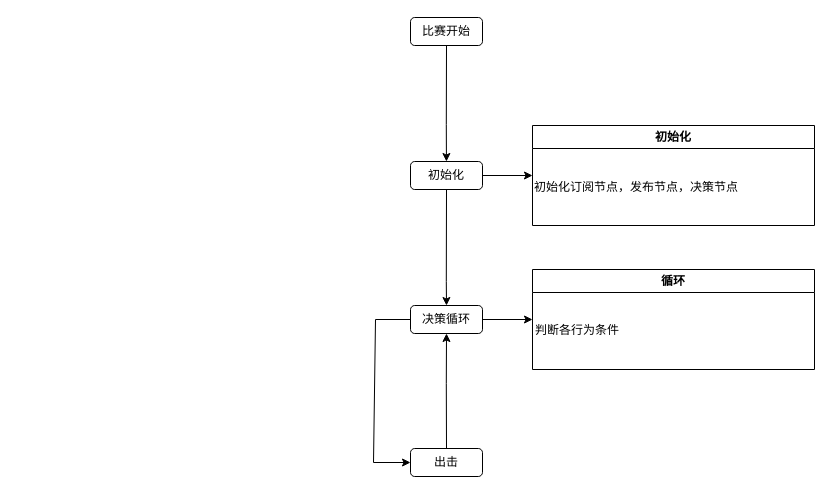
This is 哨兵决策.drawio from maxwell7537/maxwell7537.github.io, a draw.io file, before an edit. Source tidied: cells renumbered, new cells numbered last; positions are measured from the earlier drawing's top-left corner, leaving out a move shared by most shapes. Both pictures are drawn from the tidied source at 100%, with x=0, y=0 at pixel (373, 17).
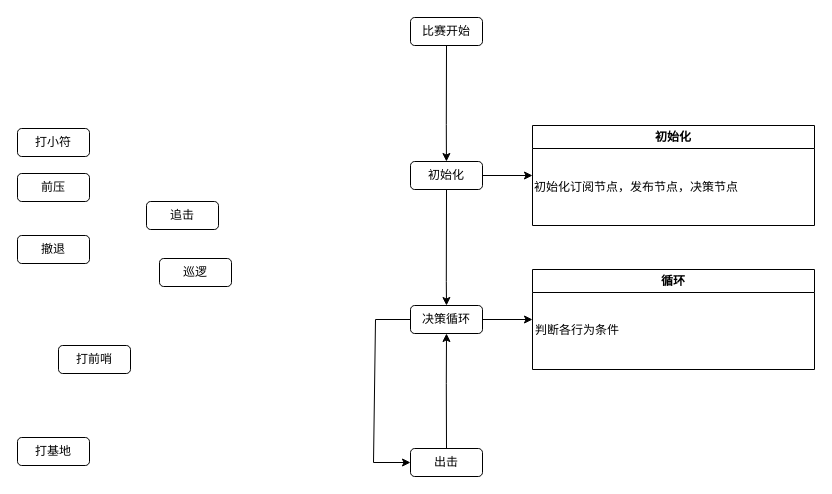
The same page after the edit.

Commit message:
更新哨兵决策.drawio

The edit, as a diff of the source:
```diff
@@
+    <mxCell id="16" value="追击" style="rounded=1;whiteSpace=wrap;html=1;shadow=0;glass=0;" parent="1" vertex="1">
+      <mxGeometry x="-227" y="184" width="72" height="28" as="geometry" />
+    </mxCell>
+    <mxCell id="17" value="撤退" style="rounded=1;whiteSpace=wrap;html=1;shadow=0;glass=0;" parent="1" vertex="1">
+      <mxGeometry x="-356" y="218" width="72" height="28" as="geometry" />
+    </mxCell>
+    <mxCell id="18" value="打小符" style="rounded=1;whiteSpace=wrap;html=1;shadow=0;glass=0;" parent="1" vertex="1">
+      <mxGeometry x="-356" y="111" width="72" height="28" as="geometry" />
+    </mxCell>
+    <mxCell id="19" value="打前哨" style="rounded=1;whiteSpace=wrap;html=1;shadow=0;glass=0;" parent="1" vertex="1">
+      <mxGeometry x="-315" y="328" width="72" height="28" as="geometry" />
+    </mxCell>
+    <mxCell id="20" value="打基地" style="rounded=1;whiteSpace=wrap;html=1;shadow=0;glass=0;" parent="1" vertex="1">
+      <mxGeometry x="-356" y="420" width="72" height="28" as="geometry" />
+    </mxCell>
+    <mxCell id="21" value="巡逻" style="rounded=1;whiteSpace=wrap;html=1;shadow=0;glass=0;" parent="1" vertex="1">
+      <mxGeometry x="-214" y="241" width="72" height="28" as="geometry" />
+    </mxCell>
+    <mxCell id="22" value="前压" style="rounded=1;whiteSpace=wrap;html=1;shadow=0;glass=0;" parent="1" vertex="1">
+      <mxGeometry x="-356" y="156" width="72" height="28" as="geometry" />
+    </mxCell>
```
